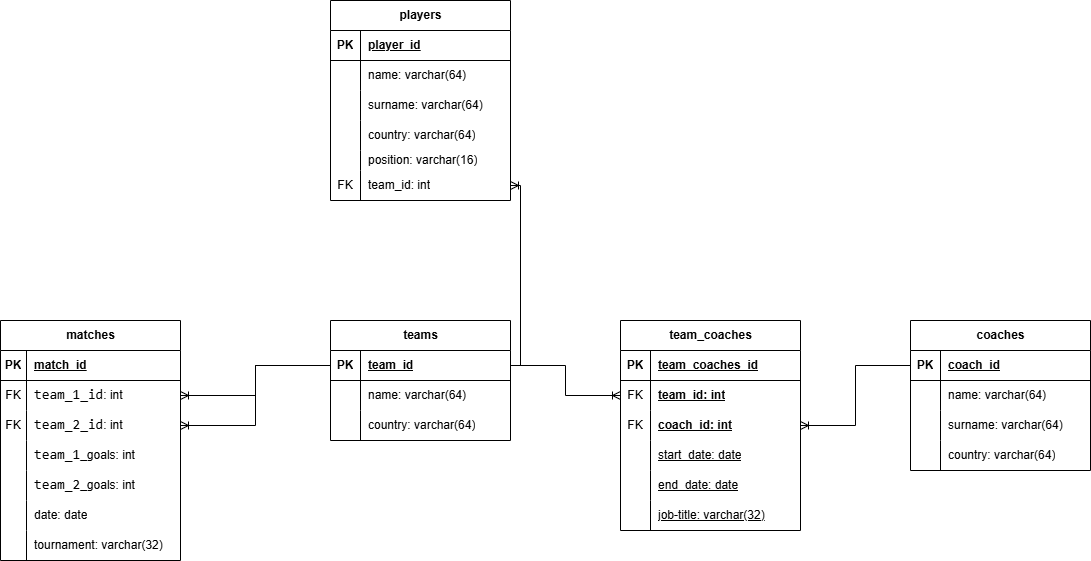
This is labDB.drawio.png from Zhambik/DBLab, a draw.io export, as it was before one commit. Source tidied: cells renumbered, new cells last; positions are measured from the earlier drawing's top-left corner, leaving out a move shared by most shapes.
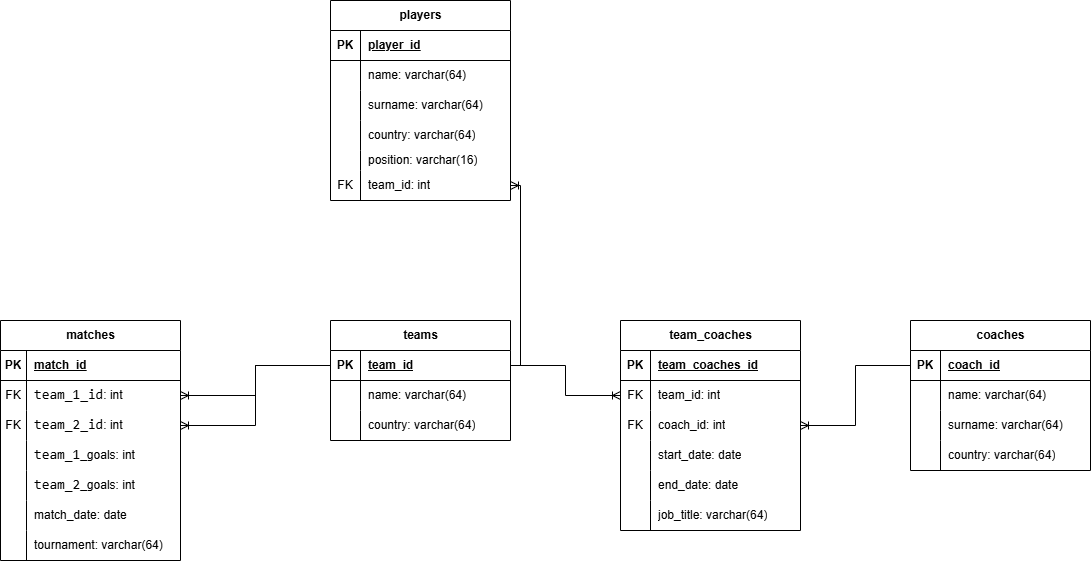
The same diagram one commit later.

Change to the diagram source:
```diff
@@ -185,7 +185,7 @@
     <mxCell id="62" style="shape=partialRectangle;fillColor=none;top=0;left=0;bottom=0;right=0;overflow=hidden;whiteSpace=wrap;html=1;" parent="61" vertex="1">
       <mxGeometry width="26" height="30" as="geometry" />
     </mxCell>
-    <mxCell id="63" value="date: date" style="shape=partialRectangle;fillColor=none;top=0;left=0;bottom=0;right=0;align=left;spacingLeft=6;overflow=hidden;whiteSpace=wrap;html=1;" parent="61" vertex="1">
+    <mxCell id="63" value="match_date: date" style="shape=partialRectangle;fillColor=none;top=0;left=0;bottom=0;right=0;align=left;spacingLeft=6;overflow=hidden;whiteSpace=wrap;html=1;" parent="61" vertex="1">
       <mxGeometry x="26" width="154" height="30" as="geometry" />
     </mxCell>
     <mxCell id="64" style="shape=tableRow;horizontal=0;startSize=0;swimlaneHead=0;swimlaneBody=0;fillColor=none;top=0;left=0;right=0;bottom=0;" parent="45" vertex="1">
@@ -194,7 +194,7 @@
     <mxCell id="65" style="shape=partialRectangle;fillColor=none;top=0;left=0;bottom=0;right=0;overflow=hidden;whiteSpace=wrap;html=1;" parent="64" vertex="1">
       <mxGeometry width="26" height="30" as="geometry" />
     </mxCell>
-    <mxCell id="66" value="tournament: varchar(32)" style="shape=partialRectangle;fillColor=none;top=0;left=0;bottom=0;right=0;align=left;spacingLeft=6;overflow=hidden;whiteSpace=wrap;html=1;" parent="64" vertex="1">
+    <mxCell id="66" value="tournament: varchar(64)" style="shape=partialRectangle;fillColor=none;top=0;left=0;bottom=0;right=0;align=left;spacingLeft=6;overflow=hidden;whiteSpace=wrap;html=1;" parent="64" vertex="1">
       <mxGeometry x="26" width="154" height="30" as="geometry" />
     </mxCell>
     <mxCell id="67" style="edgeStyle=orthogonalEdgeStyle;fontSize=12;html=1;endArrow=ERoneToMany;rounded=0;entryX=1;entryY=0.5;entryDx=0;entryDy=0;exitX=0;exitY=0.5;exitDx=0;exitDy=0;" parent="1" edge="1" source="32" target="78">
@@ -227,7 +227,7 @@
     <mxCell id="76" value="FK" style="shape=partialRectangle;fillColor=none;top=0;left=0;bottom=0;right=0;overflow=hidden;whiteSpace=wrap;html=1;" parent="75" vertex="1">
       <mxGeometry width="30" height="30" as="geometry" />
     </mxCell>
-    <mxCell id="77" value="&lt;span style=&quot;font-weight: 700; text-decoration-line: underline;&quot;&gt;team_id: int&lt;/span&gt;" style="shape=partialRectangle;fillColor=none;top=0;left=0;bottom=0;right=0;align=left;spacingLeft=6;overflow=hidden;whiteSpace=wrap;html=1;" parent="75" vertex="1">
+    <mxCell id="77" value="team_id: int" style="shape=partialRectangle;fillColor=none;top=0;left=0;bottom=0;right=0;align=left;spacingLeft=6;overflow=hidden;whiteSpace=wrap;html=1;" parent="75" vertex="1">
       <mxGeometry x="30" width="150" height="30" as="geometry" />
     </mxCell>
     <mxCell id="78" style="shape=tableRow;horizontal=0;startSize=0;swimlaneHead=0;swimlaneBody=0;fillColor=none;points=[[0,0.5],[1,0.5]];portConstraint=eastwest;top=0;left=0;right=0;bottom=0;" parent="71" vertex="1">
@@ -236,7 +236,7 @@
     <mxCell id="79" value="FK" style="shape=partialRectangle;fillColor=none;top=0;left=0;bottom=0;right=0;overflow=hidden;whiteSpace=wrap;html=1;" parent="78" vertex="1">
       <mxGeometry width="30" height="30" as="geometry" />
     </mxCell>
-    <mxCell id="80" value="&lt;span style=&quot;font-weight: 700; text-decoration-line: underline;&quot;&gt;coach_id: int&lt;/span&gt;" style="shape=partialRectangle;fillColor=none;top=0;left=0;bottom=0;right=0;align=left;spacingLeft=6;overflow=hidden;whiteSpace=wrap;html=1;" parent="78" vertex="1">
+    <mxCell id="80" value="coach_id: int" style="shape=partialRectangle;fillColor=none;top=0;left=0;bottom=0;right=0;align=left;spacingLeft=6;overflow=hidden;whiteSpace=wrap;html=1;" parent="78" vertex="1">
       <mxGeometry x="30" width="150" height="30" as="geometry" />
     </mxCell>
     <mxCell id="81" style="shape=tableRow;horizontal=0;startSize=0;swimlaneHead=0;swimlaneBody=0;fillColor=none;top=0;left=0;right=0;bottom=0;" parent="71" vertex="1">
@@ -245,7 +245,7 @@
     <mxCell id="82" style="shape=partialRectangle;fillColor=none;top=0;left=0;bottom=0;right=0;overflow=hidden;whiteSpace=wrap;html=1;" parent="81" vertex="1">
       <mxGeometry width="30" height="30" as="geometry" />
     </mxCell>
-    <mxCell id="83" value="&lt;span style=&quot;text-decoration-line: underline;&quot;&gt;start_date: date&lt;/span&gt;" style="shape=partialRectangle;fillColor=none;top=0;left=0;bottom=0;right=0;align=left;spacingLeft=6;overflow=hidden;whiteSpace=wrap;html=1;" parent="81" vertex="1">
+    <mxCell id="83" value="start_date: date" style="shape=partialRectangle;fillColor=none;top=0;left=0;bottom=0;right=0;align=left;spacingLeft=6;overflow=hidden;whiteSpace=wrap;html=1;" parent="81" vertex="1">
       <mxGeometry x="30" width="150" height="30" as="geometry" />
     </mxCell>
     <mxCell id="84" style="shape=tableRow;horizontal=0;startSize=0;swimlaneHead=0;swimlaneBody=0;fillColor=none;top=0;left=0;right=0;bottom=0;" parent="71" vertex="1">
@@ -254,7 +254,7 @@
     <mxCell id="85" style="shape=partialRectangle;fillColor=none;top=0;left=0;bottom=0;right=0;overflow=hidden;whiteSpace=wrap;html=1;" parent="84" vertex="1">
       <mxGeometry width="30" height="30" as="geometry" />
     </mxCell>
-    <mxCell id="86" value="&lt;span style=&quot;text-decoration-line: underline;&quot;&gt;end_date: date&lt;/span&gt;" style="shape=partialRectangle;fillColor=none;top=0;left=0;bottom=0;right=0;align=left;spacingLeft=6;overflow=hidden;whiteSpace=wrap;html=1;" parent="84" vertex="1">
+    <mxCell id="86" value="end_date: date" style="shape=partialRectangle;fillColor=none;top=0;left=0;bottom=0;right=0;align=left;spacingLeft=6;overflow=hidden;whiteSpace=wrap;html=1;" parent="84" vertex="1">
       <mxGeometry x="30" width="150" height="30" as="geometry" />
     </mxCell>
     <mxCell id="87" style="shape=tableRow;horizontal=0;startSize=0;swimlaneHead=0;swimlaneBody=0;fillColor=none;top=0;left=0;right=0;bottom=0;" parent="71" vertex="1">
@@ -263,7 +263,7 @@
     <mxCell id="88" style="shape=partialRectangle;fillColor=none;top=0;left=0;bottom=0;right=0;overflow=hidden;whiteSpace=wrap;html=1;" parent="87" vertex="1">
       <mxGeometry width="30" height="30" as="geometry" />
     </mxCell>
-    <mxCell id="89" value="&lt;span style=&quot;text-decoration-line: underline;&quot;&gt;job-title: varchar(32)&lt;/span&gt;" style="shape=partialRectangle;fillColor=none;top=0;left=0;bottom=0;right=0;align=left;spacingLeft=6;overflow=hidden;whiteSpace=wrap;html=1;" parent="87" vertex="1">
+    <mxCell id="89" value="job_title: varchar(64)" style="shape=partialRectangle;fillColor=none;top=0;left=0;bottom=0;right=0;align=left;spacingLeft=6;overflow=hidden;whiteSpace=wrap;html=1;" parent="87" vertex="1">
       <mxGeometry x="30" width="150" height="30" as="geometry" />
     </mxCell>
   </root>
```
